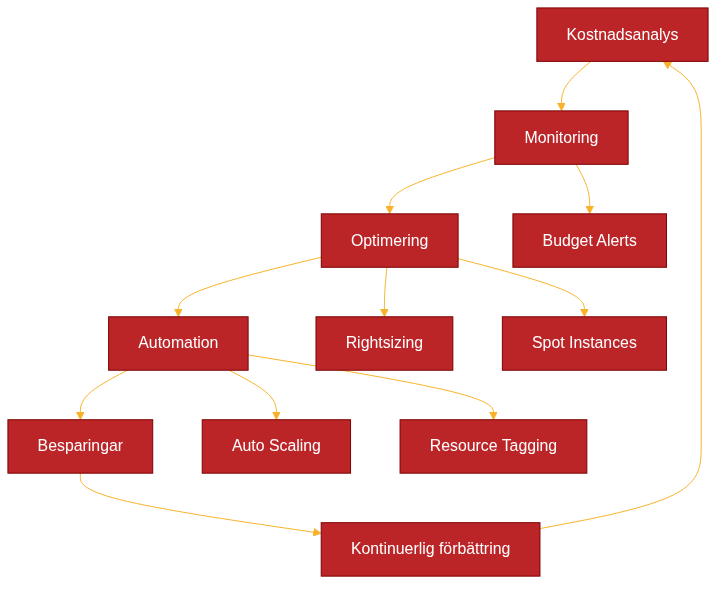
This is docs/images/diagram_16_chapter15.png from Geonitab/architecture_as_code, a Mermaid export, as it was before one commit. Its source is kept beside it as docs/images/diagram_16_chapter15.mmd. The source it was exported from:
```mermaid
graph TD
    A[Kostnadsanalys]:::kv-primary --> B[Monitoring]:::kv-highlight
    B --> C[Optimering]:::kv-accent
    C --> D[Automation]:::kv-accent
    D --> E[Besparingar]:::kv-primary
    E --> F[Kontinuerlig förbättring]:::kv-highlight
    F --> A

    B --> G[Budget Alerts]:::kv-muted
    C --> H[Rightsizing]:::kv-pattern
    C --> I[Spot Instances]:::kv-muted
    D --> J[Auto Scaling]:::kv-highlight
    D --> K[Resource Tagging]:::kv-muted
```
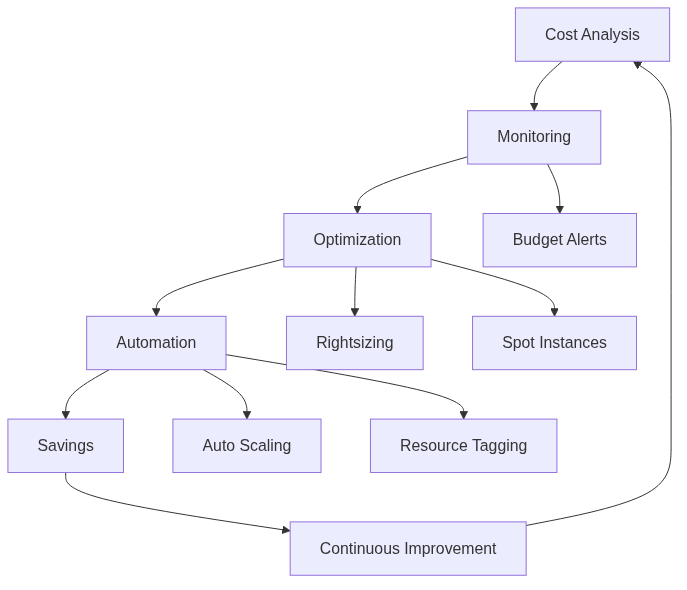
After the change.

Diff of the diagram source:
```diff
@@ -1,9 +1,9 @@
 graph TD
-    A[Kostnadsanalys]:::kv-primary --> B[Monitoring]:::kv-highlight
-    B --> C[Optimering]:::kv-accent
+    A[Cost Analysis]:::kv-primary --> B[Monitoring]:::kv-highlight
+    B --> C[Optimization]:::kv-accent
     C --> D[Automation]:::kv-accent
-    D --> E[Besparingar]:::kv-primary
-    E --> F[Kontinuerlig förbättring]:::kv-highlight
+    D --> E[Savings]:::kv-primary
+    E --> F[Continuous Improvement]:::kv-highlight
     F --> A
 
     B --> G[Budget Alerts]:::kv-muted
```
